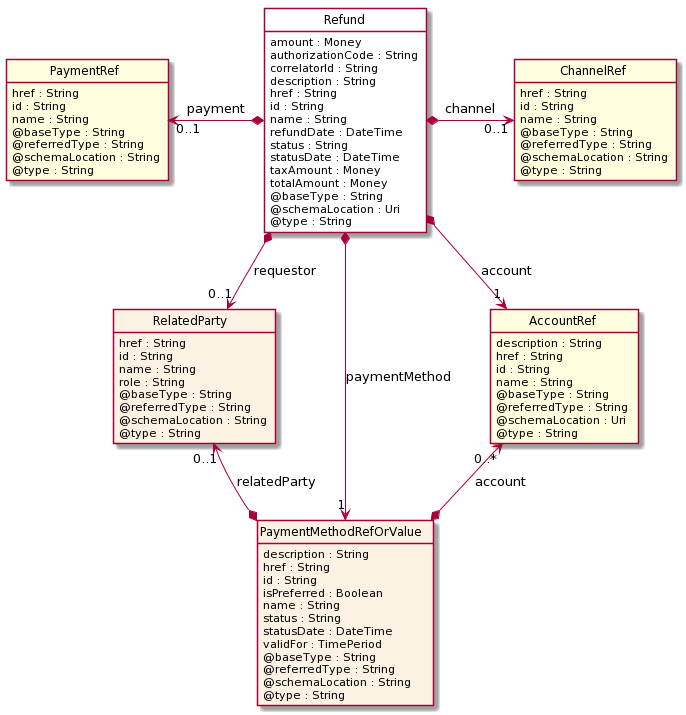
The PlantUML diagram apis/TMF676_Payment/documentation/diagrams/Resource_Refund.png in tmforum-apis/Open_Api_And_Data_Model, before a commit.
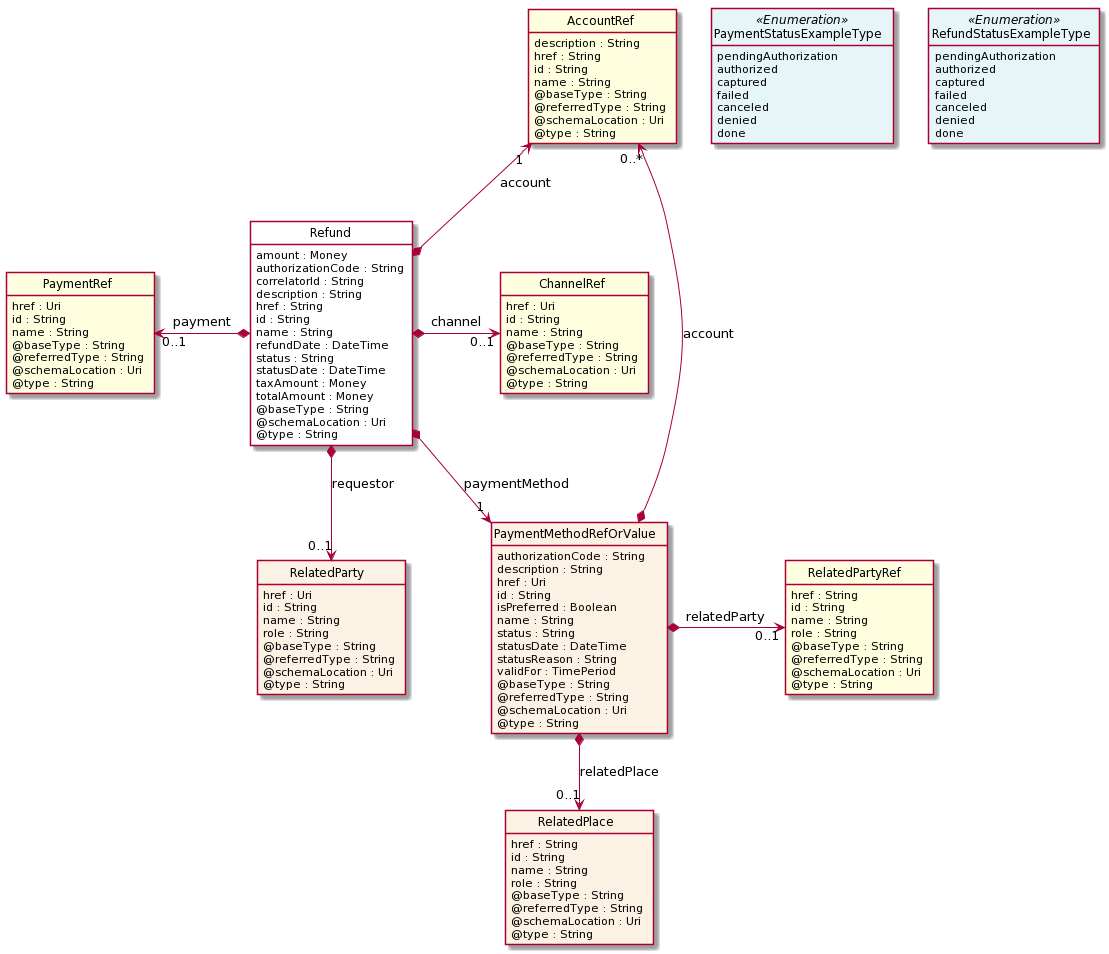
The same diagram one commit later.

Change to the diagram source:
```diff
@@ -28,39 +28,83 @@
     @type : String
 }
 
+class PaymentStatusExampleType <<Enumeration>> {
+    pendingAuthorization
+    authorized
+    captured
+    failed
+    canceled
+    denied
+    done
+}
+
+class RefundStatusExampleType <<Enumeration>> {
+    pendingAuthorization
+    authorized
+    captured
+    failed
+    canceled
+    denied
+    done
+}
+
 class ChannelRef  <<Ref>> {
-    href : String
+    href : Uri
     id : String
     name : String
     @baseType : String
     @referredType : String
-    @schemaLocation : String
+    @schemaLocation : Uri
     @type : String
 }
 
 class RelatedParty  {
+    href : Uri
+    id : String
+    name : String
+    role : String
+    @baseType : String
+    @referredType : String
+    @schemaLocation : Uri
+    @type : String
+}
+
+class PaymentMethodRefOrValue  {
+    authorizationCode : String
+    description : String
+    href : Uri
+    id : String
+    isPreferred : Boolean
+    name : String
+    status : String
+    statusDate : DateTime
+    statusReason : String
+    validFor : TimePeriod
+    @baseType : String
+    @referredType : String
+    @schemaLocation : Uri
+    @type : String
+}
+
+class RelatedPlace  {
     href : String
     id : String
     name : String
     role : String
     @baseType : String
     @referredType : String
-    @schemaLocation : String
+    @schemaLocation : Uri
     @type : String
 }
 
-class PaymentMethodRefOrValue  {
-    description : String
+class RelatedPartyRef  <<Ref>> {
     href : String
     id : String
-    isPreferred : Boolean
     name : String
-    status : String
-    statusDate : DateTime
-    validFor : TimePeriod
+    role : String
     @baseType : String
     @referredType : String
-    @schemaLocation : String
+    @schemaLocation : Uri
     @type : String
 }
 
@@ -76,27 +120,29 @@
 }
 
 class PaymentRef  <<Ref>> {
-    href : String
+    href : Uri
     id : String
     name : String
     @baseType : String
     @referredType : String
-    @schemaLocation : String
+    @schemaLocation : Uri
     @type : String
 }
 
-Refund *-->  "0..1" RelatedParty : requestor
-
-Refund *-->  "1" AccountRef : account
+AccountRef "1" <--* Refund : account
 
 Refund *-->  "1" PaymentMethodRefOrValue : paymentMethod
 
 AccountRef "0..*" <--* PaymentMethodRefOrValue : account
 
-RelatedParty "0..1" <--* PaymentMethodRefOrValue : relatedParty
-
 PaymentRef "0..1" <-left-* Refund : payment
 
 Refund *-right-> "0..1" ChannelRef : channel
 
+Refund *-->  "0..1" RelatedParty : requestor
+
+PaymentMethodRefOrValue *-right-> "0..1" RelatedPartyRef : relatedParty
+
+PaymentMethodRefOrValue *-->  "0..1" RelatedPlace : relatedPlace
+
 @enduml
```
